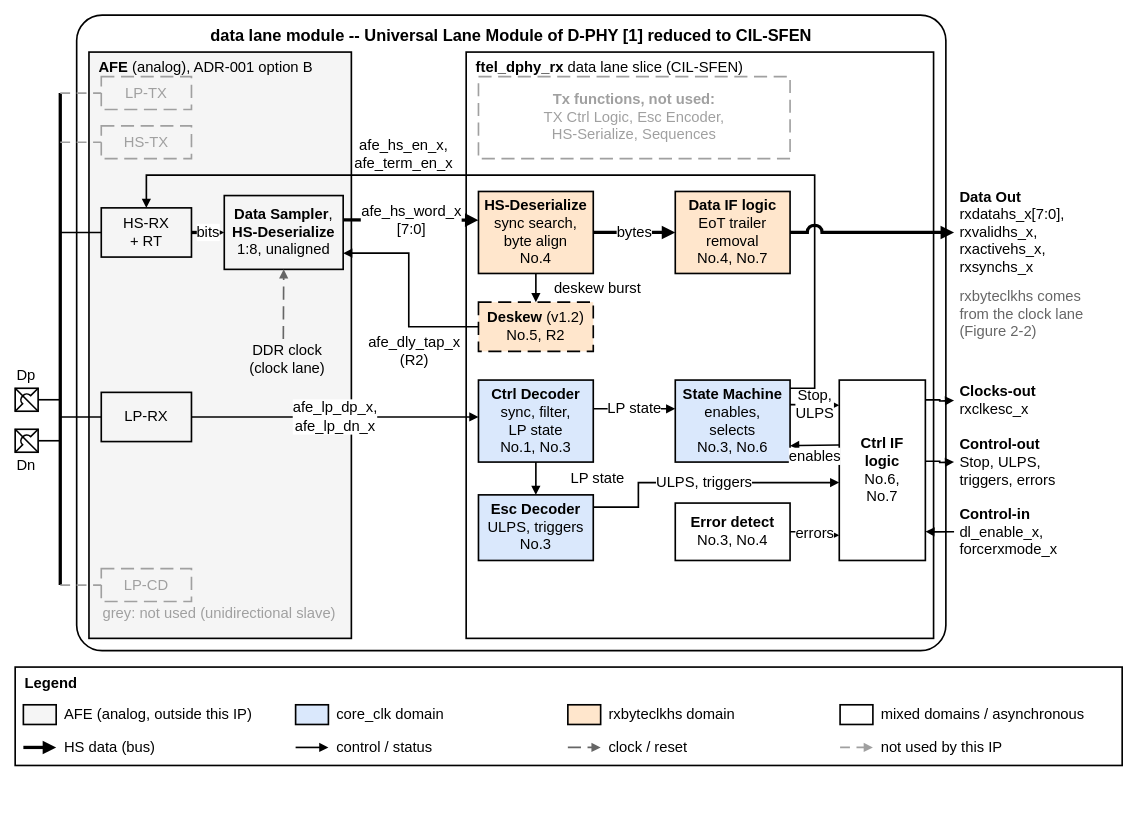
Above: 22fdx/rx/digital/hw/rtl/ip/ftel_dphy_rx/doc/figures/ftel_dphy_rx_ulm_data.drawio in ftel-cdc/fu3_dphy (draw.io), before the change. Source tidied: cells renumbered, new cells numbered last; positions are measured from the earlier drawing's top-left corner, leaving out a move shared by most shapes. Both pictures are drawn from the tidied source at 82%, with x=0, y=0 at pixel (15, 15).
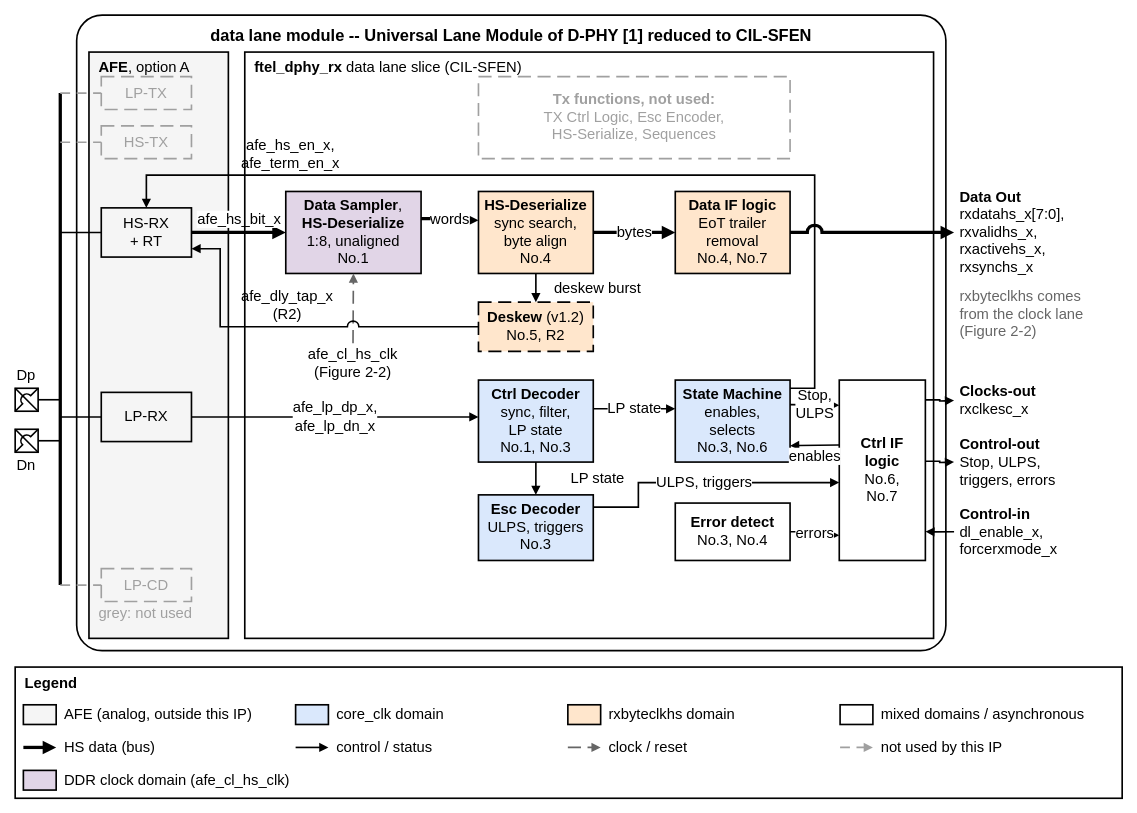
Above is the later version.

Unchanged cells that the change refers to:
```xml
<mxCell id="19" value="HS-RX&lt;br&gt;+ RT" style="rounded=0;whiteSpace=wrap;html=1;fontSize=18;strokeWidth=2;fillColor=#F5F5F5;align=center;verticalAlign=middle;spacing=4;" parent="1" vertex="1">
  <mxGeometry x="105" y="235" width="110" height="60" as="geometry" />
</mxCell>
<mxCell id="32" value="&lt;b&gt;HS-Deserialize&lt;/b&gt;&lt;br&gt;sync search,&lt;br&gt;byte align&lt;br&gt;No.4" style="rounded=0;whiteSpace=wrap;html=1;fontSize=18;strokeWidth=2;fillColor=#FFE6CC;align=center;verticalAlign=middle;spacing=4;" parent="1" vertex="1">
  <mxGeometry x="565" y="215" width="140" height="100" as="geometry" />
</mxCell>
<mxCell id="34" value="&lt;b&gt;Deskew&lt;/b&gt; (v1.2)&lt;br&gt;No.5, R2" style="rounded=0;whiteSpace=wrap;html=1;fontSize=18;strokeWidth=2;fillColor=#FFE6CC;align=center;verticalAlign=middle;spacing=4;dashed=1;dashPattern=8 4;" parent="1" vertex="1">
  <mxGeometry x="565" y="350" width="140" height="60" as="geometry" />
</mxCell>
```

Diff of the diagram source:
```diff
@@
-    <mxCell id="14" value="&lt;b&gt;AFE&lt;/b&gt; (analog), ADR-001 option B" style="rounded=0;whiteSpace=wrap;html=1;fontSize=18;strokeWidth=2;fillColor=#F5F5F5;verticalAlign=top;align=left;spacingLeft=10;spacingTop=2;" parent="1" vertex="1">
-      <mxGeometry x="90" y="45" width="320" height="715" as="geometry" />
+    <mxCell id="14" value="&lt;b&gt;AFE&lt;/b&gt;, option A" style="rounded=0;whiteSpace=wrap;html=1;fontSize=18;strokeWidth=2;fillColor=#F5F5F5;verticalAlign=top;align=left;spacingLeft=10;spacingTop=2;" parent="1" vertex="1">
+      <mxGeometry x="90" y="45" width="170" height="715" as="geometry" />
     </mxCell>
@@
-    <mxCell id="25" value="grey: not used (unidirectional slave)" style="text;html=1;whiteSpace=wrap;fontSize=18;align=left;verticalAlign=middle;strokeColor=none;fillColor=none;spacing=2;fontColor=#A0A0A0;" parent="1" vertex="1">
-      <mxGeometry x="105" y="715" width="300" height="30" as="geometry" />
+    <mxCell id="25" value="grey: not used" style="text;html=1;whiteSpace=wrap;fontSize=18;align=left;verticalAlign=middle;strokeColor=none;fillColor=none;spacing=2;fontColor=#A0A0A0;" parent="1" vertex="1">
+      <mxGeometry x="100" y="715" width="155" height="30" as="geometry" />
     </mxCell>
-    <mxCell id="26" value="&lt;b&gt;Data Sampler&lt;/b&gt;,&lt;br&gt;&lt;b&gt;HS-Deserialize&lt;/b&gt;&lt;br&gt;1:8, unaligned" style="rounded=0;whiteSpace=wrap;html=1;fontSize=18;strokeWidth=2;fillColor=#F5F5F5;align=center;verticalAlign=middle;spacing=4;" parent="1" vertex="1">
-      <mxGeometry x="255" y="220" width="145" height="90" as="geometry" />
+    <mxCell id="26" value="&lt;b&gt;Data Sampler&lt;/b&gt;,&lt;br&gt;&lt;b&gt;HS-Deserialize&lt;/b&gt;&lt;br&gt;1:8, unaligned&lt;br&gt;No.1" style="rounded=0;whiteSpace=wrap;html=1;fontSize=18;strokeWidth=2;align=center;verticalAlign=middle;spacing=4;fillColor=#E1D5E7;" parent="1" vertex="1">
+      <mxGeometry x="330" y="215" width="165" height="100" as="geometry" />
     </mxCell>
-    <mxCell id="27" value="bits" style="endArrow=block;endFill=1;html=1;fontSize=18;edgeStyle=orthogonalEdgeStyle;rounded=0;jumpStyle=arc;jumpSize=12;labelBackgroundColor=#FFFFFF;strokeWidth=4;exitX=1;exitY=0.5;exitDx=0;exitDy=0;entryX=0;entryY=0.5;entryDx=0;entryDy=0;" parent="1" edge="1" source="19" target="26">
-      <mxGeometry relative="1" as="geometry" />
+    <mxCell id="27" value="afe_hs_bit_x" style="endArrow=block;endFill=1;html=1;fontSize=18;edgeStyle=orthogonalEdgeStyle;rounded=0;jumpStyle=arc;jumpSize=12;labelBackgroundColor=#FFFFFF;strokeWidth=4;exitX=1;exitY=0.5;exitDx=0;exitDy=0;entryX=0;entryY=0.5;entryDx=0;entryDy=0;" parent="1" edge="1" source="19" target="26">
+      <mxGeometry relative="1" as="geometry">
+        <mxPoint y="-16" as="offset" />
+      </mxGeometry>
     </mxCell>
-    <mxCell id="28" value="DDR clock&lt;br&gt;(clock lane)" style="text;html=1;whiteSpace=wrap;fontSize=18;align=center;verticalAlign=middle;strokeColor=none;fillColor=none;spacing=2;" parent="1" vertex="1">
-      <mxGeometry x="262" y="395" width="140" height="50" as="geometry" />
+    <mxCell id="28" value="afe_cl_hs_clk&lt;br&gt;(Figure 2-2)" style="text;html=1;whiteSpace=wrap;fontSize=18;align=center;verticalAlign=middle;strokeColor=none;fillColor=none;spacing=2;" parent="1" vertex="1">
+      <mxGeometry x="337" y="400" width="150" height="50" as="geometry" />
     </mxCell>
     <mxCell id="29" style="endArrow=block;endFill=1;html=1;fontSize=18;edgeStyle=orthogonalEdgeStyle;rounded=0;jumpStyle=arc;jumpSize=12;labelBackgroundColor=#FFFFFF;strokeWidth=2;dashed=1;dashPattern=8 4;strokeColor=#666666;fontColor=#666666;entryX=0.5;entryY=1;entryDx=0;entryDy=0;" parent="1" edge="1" target="26">
       <mxGeometry relative="1" as="geometry">
-        <mxPoint x="327" y="395" as="sourcePoint" />
+        <mxPoint x="412" y="400" as="sourcePoint" />
       </mxGeometry>
     </mxCell>
     <mxCell id="30" value="&lt;b&gt;ftel_dphy_rx&lt;/b&gt; data lane slice (CIL-SFEN)" style="rounded=0;whiteSpace=wrap;html=1;fontSize=18;strokeWidth=2;fillColor=none;verticalAlign=top;align=left;spacingLeft=10;spacingTop=2;" parent="1" vertex="1">
-      <mxGeometry x="550" y="45" width="570" height="715" as="geometry" />
+      <mxGeometry x="280" y="45" width="840" height="715" as="geometry" />
     </mxCell>
@@
-    <mxCell id="40" value="afe_hs_word_x&lt;br&gt;[7:0]" style="endArrow=block;endFill=1;html=1;fontSize=18;edgeStyle=orthogonalEdgeStyle;rounded=0;jumpStyle=arc;jumpSize=12;labelBackgroundColor=#FFFFFF;strokeWidth=4;exitX=1;exitY=0.33;exitDx=0;exitDy=0;entryX=0;entryY=0.35;entryDx=0;entryDy=0;" parent="1" edge="1" source="26" target="32">
+    <mxCell id="40" value="words" style="endArrow=block;endFill=1;html=1;fontSize=18;edgeStyle=orthogonalEdgeStyle;rounded=0;jumpStyle=arc;jumpSize=12;labelBackgroundColor=#FFFFFF;strokeWidth=4;exitX=1;exitY=0.33;exitDx=0;exitDy=0;entryX=0;entryY=0.35;entryDx=0;entryDy=0;" parent="1" edge="1" source="26" target="32">
       <mxGeometry relative="1" as="geometry" />
     </mxCell>
@@
-    <mxCell id="43" style="endArrow=block;endFill=1;html=1;fontSize=18;edgeStyle=orthogonalEdgeStyle;rounded=0;jumpStyle=arc;jumpSize=12;labelBackgroundColor=#FFFFFF;strokeWidth=2;exitX=0;exitY=0.5;exitDx=0;exitDy=0;entryX=1;entryY=0.78;entryDx=0;entryDy=0;" parent="1" edge="1" source="34" target="26">
+    <mxCell id="43" style="endArrow=block;endFill=1;html=1;fontSize=18;edgeStyle=orthogonalEdgeStyle;rounded=0;jumpStyle=arc;jumpSize=12;labelBackgroundColor=#FFFFFF;strokeWidth=2;exitX=0;exitY=0.5;exitDx=0;exitDy=0;entryX=1;entryY=0.83;entryDx=0;entryDy=0;" parent="1" edge="1" source="34" target="19">
       <mxGeometry relative="1" as="geometry">
         <Array as="points">
-          <mxPoint x="480" y="380" />
-          <mxPoint x="480" y="290" />
+          <mxPoint x="250" y="380" />
+          <mxPoint x="250" y="285" />
         </Array>
       </mxGeometry>
     </mxCell>
     <mxCell id="44" value="afe_dly_tap_x&lt;br&gt;(R2)" style="text;html=1;whiteSpace=wrap;fontSize=18;align=center;verticalAlign=middle;strokeColor=none;fillColor=none;spacing=2;" parent="1" vertex="1">
-      <mxGeometry x="412" y="386" width="150" height="48" as="geometry" />
+      <mxGeometry x="262" y="330" width="140" height="48" as="geometry" />
     </mxCell>
@@
     <mxCell id="53" value="afe_hs_en_x,&lt;br&gt;afe_term_en_x" style="text;html=1;whiteSpace=wrap;fontSize=18;align=center;verticalAlign=middle;strokeColor=none;fillColor=none;spacing=2;" parent="1" vertex="1">
-      <mxGeometry x="403" y="146" width="142" height="48" as="geometry" />
+      <mxGeometry x="265" y="146" width="142" height="48" as="geometry" />
     </mxCell>
@@
     <mxCell id="63" style="rounded=0;whiteSpace=wrap;html=1;fontSize=18;strokeWidth=2;fillColor=none;align=center;verticalAlign=middle;spacing=4;" parent="1" vertex="1">
-      <mxGeometry y="795" width="1350" height="120" as="geometry" />
+      <mxGeometry y="795" width="1350" height="160" as="geometry" />
     </mxCell>
+    <mxCell id="81" style="rounded=0;whiteSpace=wrap;html=1;fontSize=18;strokeWidth=2;fillColor=#E1D5E7;align=center;verticalAlign=middle;spacing=4;" parent="1" vertex="1">
+      <mxGeometry x="10" y="921" width="40" height="24" as="geometry" />
+    </mxCell>
+    <mxCell id="82" value="DDR clock domain (afe_cl_hs_clk)" style="text;html=1;whiteSpace=wrap;fontSize=18;align=left;verticalAlign=middle;strokeColor=none;fillColor=none;spacing=2;" parent="1" vertex="1">
+      <mxGeometry x="58" y="915" width="600" height="36" as="geometry" />
+    </mxCell>
```
